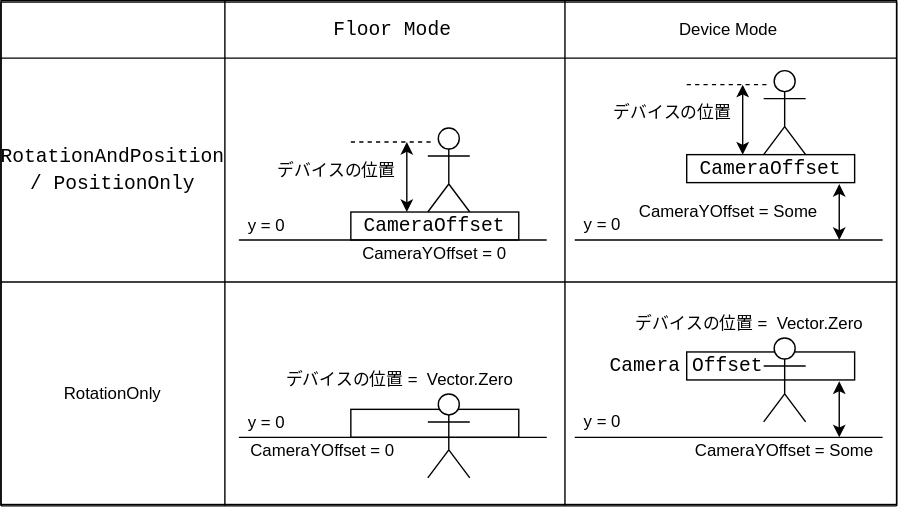
yusuke-ota/yurumoku_lightning_talk_9 keeps this draw.io diagram as Images/XRCameraRigPosition.drawio.svg. Above is the earlier version. Source tidied: cells renumbered, new cells last; positions are measured from the earlier drawing's top-left corner, leaving out a move shared by most shapes. Its diagram source:
```xml
<mxGraphModel>
  <root>
    <mxCell id="0" />
    <mxCell id="1" parent="0" />
    <mxCell id="2" style="rounded=0;whiteSpace=wrap;html=1;fontColor=#000000;" parent="1" vertex="1">
      <mxGeometry width="640" height="360" as="geometry" />
    </mxCell>
    <mxCell id="3" value="&lt;div style=&quot;font-family: consolas, &amp;quot;courier new&amp;quot;, monospace; font-size: 14px; line-height: 19px;&quot;&gt;Floor&amp;nbsp;Mode&lt;/div&gt;" style="text;html=1;align=center;verticalAlign=middle;whiteSpace=wrap;rounded=0;fontColor=#000000;" parent="1" vertex="1">
      <mxGeometry x="170" width="220" height="41" as="geometry" />
    </mxCell>
    <mxCell id="4" value="Device Mode" style="text;html=1;strokeColor=none;fillColor=none;align=center;verticalAlign=middle;whiteSpace=wrap;rounded=0;fontColor=#000000;" parent="1" vertex="1">
      <mxGeometry x="410" y="1" width="220" height="40" as="geometry" />
    </mxCell>
    <mxCell id="5" value="&lt;div style=&quot;font-family: consolas, &amp;quot;courier new&amp;quot;, monospace; font-size: 14px; line-height: 19px;&quot;&gt;RotationAndPosition / PositionOnly&lt;/div&gt;" style="text;html=1;align=center;verticalAlign=middle;whiteSpace=wrap;rounded=0;fontColor=#000000;" parent="1" vertex="1">
      <mxGeometry y="41" width="160" height="159" as="geometry" />
    </mxCell>
    <mxCell id="6" value="RotationOnly" style="text;html=1;strokeColor=none;fillColor=none;align=center;verticalAlign=middle;whiteSpace=wrap;rounded=0;fontColor=#000000;" parent="1" vertex="1">
      <mxGeometry y="201" width="160" height="160" as="geometry" />
    </mxCell>
    <mxCell id="7" style="group;fontColor=#000000;" parent="1" vertex="1">
      <mxGeometry x="170" y="91" width="220" height="100" as="geometry" />
    </mxCell>
    <mxCell id="8" style="rounded=0;whiteSpace=wrap;html=1;fontColor=#000000;" parent="7" vertex="1">
      <mxGeometry x="80" y="60" width="120" height="20" as="geometry" />
    </mxCell>
    <mxCell id="9" value="CameraYOffset = 0" style="text;html=1;strokeColor=none;fillColor=none;align=center;verticalAlign=middle;whiteSpace=wrap;rounded=0;fontColor=#000000;" parent="7" vertex="1">
      <mxGeometry x="80" y="80" width="120" height="20" as="geometry" />
    </mxCell>
    <mxCell id="10" value="&lt;div style=&quot;font-family: consolas, &amp;quot;courier new&amp;quot;, monospace; font-size: 14px; line-height: 19px;&quot;&gt;CameraOffset&lt;/div&gt;" style="text;html=1;strokeColor=none;fillColor=none;align=center;verticalAlign=middle;whiteSpace=wrap;rounded=0;fontColor=#000000;" parent="7" vertex="1">
      <mxGeometry x="80" y="60" width="120" height="20" as="geometry" />
    </mxCell>
    <mxCell id="11" value="Actor" style="shape=umlActor;verticalLabelPosition=middle;verticalAlign=middle;html=1;labelPosition=right;align=left;noLabel=1;fontColor=none;" parent="7" vertex="1">
      <mxGeometry x="135" width="30" height="60" as="geometry" />
    </mxCell>
    <mxCell id="12" style="endArrow=none;dashed=1;html=1;fontColor=#000000;" parent="7" edge="1">
      <mxGeometry relative="1" as="geometry">
        <mxPoint x="80" y="10" as="sourcePoint" />
        <mxPoint x="140" y="10" as="targetPoint" />
      </mxGeometry>
    </mxCell>
    <mxCell id="13" style="endArrow=classic;startArrow=classic;html=1;fontColor=#000000;" parent="7" edge="1">
      <mxGeometry relative="1" as="geometry">
        <mxPoint x="120" y="60" as="sourcePoint" />
        <mxPoint x="120" y="10" as="targetPoint" />
      </mxGeometry>
    </mxCell>
    <mxCell id="14" value="デバイスの位置" style="text;html=1;strokeColor=none;fillColor=none;align=center;verticalAlign=middle;whiteSpace=wrap;rounded=0;fontColor=#000000;" parent="7" vertex="1">
      <mxGeometry x="10" y="21" width="120" height="20" as="geometry" />
    </mxCell>
    <mxCell id="15" style="endArrow=none;html=1;fontColor=#000000;" parent="7" edge="1">
      <mxGeometry relative="1" as="geometry">
        <mxPoint y="80" as="sourcePoint" />
        <mxPoint x="220" y="80" as="targetPoint" />
      </mxGeometry>
    </mxCell>
    <mxCell id="16" value="y = 0" style="text;html=1;strokeColor=none;fillColor=none;align=center;verticalAlign=middle;whiteSpace=wrap;rounded=0;fontColor=#000000;" parent="7" vertex="1">
      <mxGeometry y="60" width="40" height="20" as="geometry" />
    </mxCell>
    <mxCell id="17" style="group;fontColor=#000000;" parent="1" vertex="1">
      <mxGeometry x="410" y="50" width="220" height="121" as="geometry" />
    </mxCell>
    <mxCell id="18" style="rounded=0;whiteSpace=wrap;html=1;fontColor=#000000;" parent="17" vertex="1">
      <mxGeometry x="80" y="60" width="120" height="20" as="geometry" />
    </mxCell>
    <mxCell id="19" value="CameraYOffset = Some" style="text;html=1;strokeColor=none;fillColor=none;align=center;verticalAlign=middle;whiteSpace=wrap;rounded=0;fontColor=#000000;" parent="17" vertex="1">
      <mxGeometry x="40" y="91" width="140" height="20" as="geometry" />
    </mxCell>
    <mxCell id="20" value="&lt;div style=&quot;font-family: consolas, &amp;quot;courier new&amp;quot;, monospace; font-size: 14px; line-height: 19px;&quot;&gt;CameraOffset&lt;/div&gt;" style="text;html=1;strokeColor=none;fillColor=none;align=center;verticalAlign=middle;whiteSpace=wrap;rounded=0;fontColor=#000000;" parent="17" vertex="1">
      <mxGeometry x="80" y="60" width="120" height="20" as="geometry" />
    </mxCell>
    <mxCell id="21" value="Actor" style="shape=umlActor;verticalLabelPosition=middle;verticalAlign=middle;html=1;labelPosition=right;align=left;noLabel=1;fontColor=none;" parent="17" vertex="1">
      <mxGeometry x="135" width="30" height="60" as="geometry" />
    </mxCell>
    <mxCell id="22" style="endArrow=none;dashed=1;html=1;fontColor=#000000;" parent="17" edge="1">
      <mxGeometry relative="1" as="geometry">
        <mxPoint x="80" y="10" as="sourcePoint" />
        <mxPoint x="140" y="10" as="targetPoint" />
      </mxGeometry>
    </mxCell>
    <mxCell id="23" style="endArrow=classic;startArrow=classic;html=1;fontColor=#000000;" parent="17" edge="1">
      <mxGeometry relative="1" as="geometry">
        <mxPoint x="120" y="60" as="sourcePoint" />
        <mxPoint x="120" y="10" as="targetPoint" />
      </mxGeometry>
    </mxCell>
    <mxCell id="24" value="デバイスの位置" style="text;html=1;strokeColor=none;fillColor=none;align=center;verticalAlign=middle;whiteSpace=wrap;rounded=0;fontColor=#000000;" parent="17" vertex="1">
      <mxGeometry x="10" y="20" width="120" height="20" as="geometry" />
    </mxCell>
    <mxCell id="25" style="endArrow=none;html=1;fontColor=#000000;" parent="17" edge="1">
      <mxGeometry relative="1" as="geometry">
        <mxPoint y="121" as="sourcePoint" />
        <mxPoint x="220" y="121" as="targetPoint" />
      </mxGeometry>
    </mxCell>
    <mxCell id="26" value="y = 0" style="text;html=1;strokeColor=none;fillColor=none;align=center;verticalAlign=middle;whiteSpace=wrap;rounded=0;fontColor=#000000;" parent="17" vertex="1">
      <mxGeometry y="100" width="40" height="20" as="geometry" />
    </mxCell>
    <mxCell id="27" style="endArrow=classic;startArrow=classic;html=1;fontColor=#000000;" parent="17" edge="1">
      <mxGeometry relative="1" as="geometry">
        <mxPoint x="189" y="121" as="sourcePoint" />
        <mxPoint x="189" y="81" as="targetPoint" />
      </mxGeometry>
    </mxCell>
    <mxCell id="28" style="endArrow=none;html=1;fontColor=#000000;" parent="1" edge="1">
      <mxGeometry relative="1" as="geometry">
        <mxPoint x="160" y="361" as="sourcePoint" />
        <mxPoint x="160" as="targetPoint" />
      </mxGeometry>
    </mxCell>
    <mxCell id="29" style="endArrow=none;html=1;fontColor=#000000;" parent="1" edge="1">
      <mxGeometry relative="1" as="geometry">
        <mxPoint x="403" y="361" as="sourcePoint" />
        <mxPoint x="403" as="targetPoint" />
      </mxGeometry>
    </mxCell>
    <mxCell id="30" style="endArrow=none;html=1;fontColor=#000000;" parent="1" edge="1">
      <mxGeometry relative="1" as="geometry">
        <mxPoint x="640" y="361" as="sourcePoint" />
        <mxPoint x="640" y="1" as="targetPoint" />
      </mxGeometry>
    </mxCell>
    <mxCell id="31" style="endArrow=none;html=1;fontColor=#000000;" parent="1" edge="1">
      <mxGeometry relative="1" as="geometry">
        <mxPoint y="41" as="sourcePoint" />
        <mxPoint x="640" y="41" as="targetPoint" />
      </mxGeometry>
    </mxCell>
    <mxCell id="32" style="endArrow=none;html=1;fontColor=#000000;" parent="1" edge="1">
      <mxGeometry relative="1" as="geometry">
        <mxPoint y="201" as="sourcePoint" />
        <mxPoint x="640" y="201" as="targetPoint" />
      </mxGeometry>
    </mxCell>
    <mxCell id="33" style="group;fontColor=#000000;" parent="1" vertex="1">
      <mxGeometry x="170" y="232" width="220" height="100" as="geometry" />
    </mxCell>
    <mxCell id="34" style="rounded=0;whiteSpace=wrap;html=1;fontColor=#000000;" parent="33" vertex="1">
      <mxGeometry x="80" y="60" width="120" height="20" as="geometry" />
    </mxCell>
    <mxCell id="35" value="CameraYOffset = 0" style="text;html=1;strokeColor=none;fillColor=none;align=center;verticalAlign=middle;whiteSpace=wrap;rounded=0;fontColor=#000000;" parent="33" vertex="1">
      <mxGeometry y="80" width="120" height="20" as="geometry" />
    </mxCell>
    <mxCell id="36" value="Actor" style="shape=umlActor;verticalLabelPosition=middle;verticalAlign=middle;html=1;labelPosition=right;align=left;noLabel=1;fontColor=none;" parent="33" vertex="1">
      <mxGeometry x="135" y="49" width="30" height="60" as="geometry" />
    </mxCell>
    <mxCell id="37" style="endArrow=none;html=1;fontColor=#000000;" parent="33" edge="1">
      <mxGeometry relative="1" as="geometry">
        <mxPoint y="80" as="sourcePoint" />
        <mxPoint x="220" y="80" as="targetPoint" />
      </mxGeometry>
    </mxCell>
    <mxCell id="38" value="y = 0" style="text;html=1;strokeColor=none;fillColor=none;align=center;verticalAlign=middle;whiteSpace=wrap;rounded=0;fontColor=#000000;" parent="33" vertex="1">
      <mxGeometry y="60" width="40" height="20" as="geometry" />
    </mxCell>
    <mxCell id="39" value="デバイスの位置 =&amp;nbsp; Vector.Zero" style="text;html=1;strokeColor=none;fillColor=none;align=center;verticalAlign=middle;whiteSpace=wrap;rounded=0;fontColor=#000000;" parent="33" vertex="1">
      <mxGeometry x="30" y="29" width="170" height="20" as="geometry" />
    </mxCell>
    <mxCell id="40" style="group;fontColor=#000000;" parent="1" vertex="1">
      <mxGeometry x="410" y="211" width="220" height="121" as="geometry" />
    </mxCell>
    <mxCell id="41" style="rounded=0;whiteSpace=wrap;html=1;fontColor=#000000;" parent="40" vertex="1">
      <mxGeometry x="80" y="40" width="120" height="20" as="geometry" />
    </mxCell>
    <mxCell id="42" value="&lt;div style=&quot;font-family: consolas, &amp;quot;courier new&amp;quot;, monospace; font-size: 14px; line-height: 19px;&quot;&gt;Camera Offset&lt;/div&gt;" style="text;html=1;strokeColor=none;fillColor=none;align=center;verticalAlign=middle;whiteSpace=wrap;rounded=0;fontColor=#000000;" parent="40" vertex="1">
      <mxGeometry x="20" y="40" width="120" height="20" as="geometry" />
    </mxCell>
    <mxCell id="43" value="Actor" style="shape=umlActor;verticalLabelPosition=middle;verticalAlign=middle;html=1;labelPosition=right;align=left;noLabel=1;fontColor=none;" parent="40" vertex="1">
      <mxGeometry x="135" y="30" width="30" height="60" as="geometry" />
    </mxCell>
    <mxCell id="44" value="デバイスの位置 =&amp;nbsp; Vector.Zero" style="text;html=1;strokeColor=none;fillColor=none;align=center;verticalAlign=middle;whiteSpace=wrap;rounded=0;fontColor=#000000;" parent="40" vertex="1">
      <mxGeometry x="40" y="10" width="170" height="20" as="geometry" />
    </mxCell>
    <mxCell id="45" style="endArrow=none;html=1;fontColor=#000000;" parent="40" edge="1">
      <mxGeometry relative="1" as="geometry">
        <mxPoint y="101" as="sourcePoint" />
        <mxPoint x="220" y="101" as="targetPoint" />
      </mxGeometry>
    </mxCell>
    <mxCell id="46" value="y = 0" style="text;html=1;strokeColor=none;fillColor=none;align=center;verticalAlign=middle;whiteSpace=wrap;rounded=0;fontColor=#000000;" parent="40" vertex="1">
      <mxGeometry y="80" width="40" height="20" as="geometry" />
    </mxCell>
    <mxCell id="47" style="endArrow=classic;startArrow=classic;html=1;fontColor=#000000;" parent="40" edge="1">
      <mxGeometry relative="1" as="geometry">
        <mxPoint x="189" y="101" as="sourcePoint" />
        <mxPoint x="189" y="61" as="targetPoint" />
      </mxGeometry>
    </mxCell>
    <mxCell id="48" value="CameraYOffset = Some" style="text;html=1;strokeColor=none;fillColor=none;align=center;verticalAlign=middle;whiteSpace=wrap;rounded=0;fontColor=#000000;" parent="40" vertex="1">
      <mxGeometry x="80" y="101" width="140" height="20" as="geometry" />
    </mxCell>
    <mxCell id="49" style="endArrow=none;html=1;fontColor=#000000;" parent="1" edge="1">
      <mxGeometry relative="1" as="geometry">
        <mxPoint y="361" as="sourcePoint" />
        <mxPoint x="640" y="361" as="targetPoint" />
      </mxGeometry>
    </mxCell>
    <mxCell id="50" style="endArrow=none;html=1;fontColor=#000000;" parent="1" edge="1">
      <mxGeometry relative="1" as="geometry">
        <mxPoint y="1" as="sourcePoint" />
        <mxPoint x="640" y="1" as="targetPoint" />
      </mxGeometry>
    </mxCell>
    <mxCell id="51" style="endArrow=none;html=1;fontColor=#000000;" parent="1" edge="1">
      <mxGeometry relative="1" as="geometry">
        <mxPoint y="361" as="sourcePoint" />
        <mxPoint y="1" as="targetPoint" />
      </mxGeometry>
    </mxCell>
  </root>
</mxGraphModel>
```
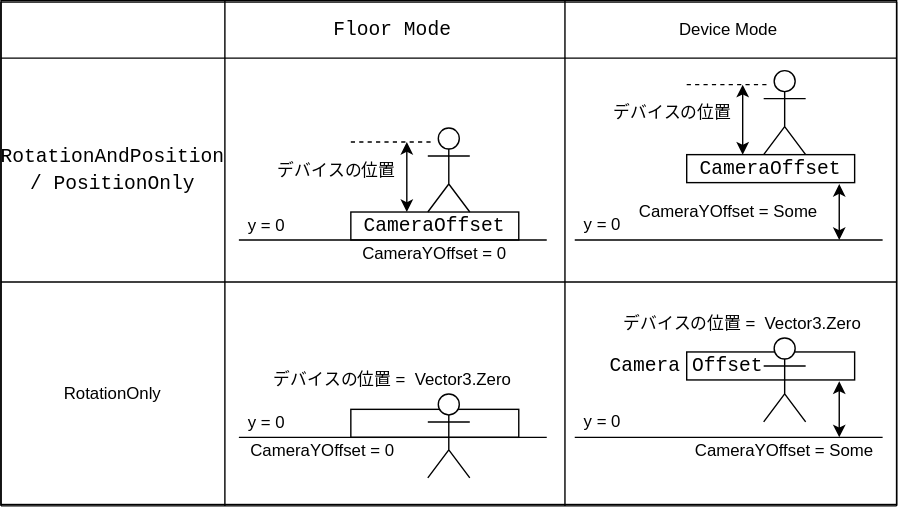
Above is the later version.

Commit message:
共通部分 XRController追記

What changed in the source:
```diff
@@ -152,8 +152,8 @@
     <mxCell id="38" value="y = 0" style="text;html=1;strokeColor=none;fillColor=none;align=center;verticalAlign=middle;whiteSpace=wrap;rounded=0;fontColor=#000000;" parent="33" vertex="1">
       <mxGeometry y="60" width="40" height="20" as="geometry" />
     </mxCell>
-    <mxCell id="39" value="デバイスの位置 =&amp;nbsp; Vector.Zero" style="text;html=1;strokeColor=none;fillColor=none;align=center;verticalAlign=middle;whiteSpace=wrap;rounded=0;fontColor=#000000;" parent="33" vertex="1">
-      <mxGeometry x="30" y="29" width="170" height="20" as="geometry" />
+    <mxCell id="39" value="デバイスの位置 =&amp;nbsp; Vector3.Zero" style="text;html=1;strokeColor=none;fillColor=none;align=center;verticalAlign=middle;whiteSpace=wrap;rounded=0;fontColor=#000000;" parent="33" vertex="1">
+      <mxGeometry x="20" y="29" width="180" height="20" as="geometry" />
     </mxCell>
     <mxCell id="40" style="group;fontColor=#000000;" parent="1" vertex="1">
       <mxGeometry x="410" y="211" width="220" height="121" as="geometry" />
@@ -167,8 +167,8 @@
     <mxCell id="43" value="Actor" style="shape=umlActor;verticalLabelPosition=middle;verticalAlign=middle;html=1;labelPosition=right;align=left;noLabel=1;fontColor=none;" parent="40" vertex="1">
       <mxGeometry x="135" y="30" width="30" height="60" as="geometry" />
     </mxCell>
-    <mxCell id="44" value="デバイスの位置 =&amp;nbsp; Vector.Zero" style="text;html=1;strokeColor=none;fillColor=none;align=center;verticalAlign=middle;whiteSpace=wrap;rounded=0;fontColor=#000000;" parent="40" vertex="1">
-      <mxGeometry x="40" y="10" width="170" height="20" as="geometry" />
+    <mxCell id="44" value="デバイスの位置 =&amp;nbsp; Vector3.Zero" style="text;html=1;strokeColor=none;fillColor=none;align=center;verticalAlign=middle;whiteSpace=wrap;rounded=0;fontColor=#000000;" parent="40" vertex="1">
+      <mxGeometry x="30" y="10" width="180" height="20" as="geometry" />
     </mxCell>
     <mxCell id="45" style="endArrow=none;html=1;fontColor=#000000;" parent="40" edge="1">
       <mxGeometry relative="1" as="geometry">
```
